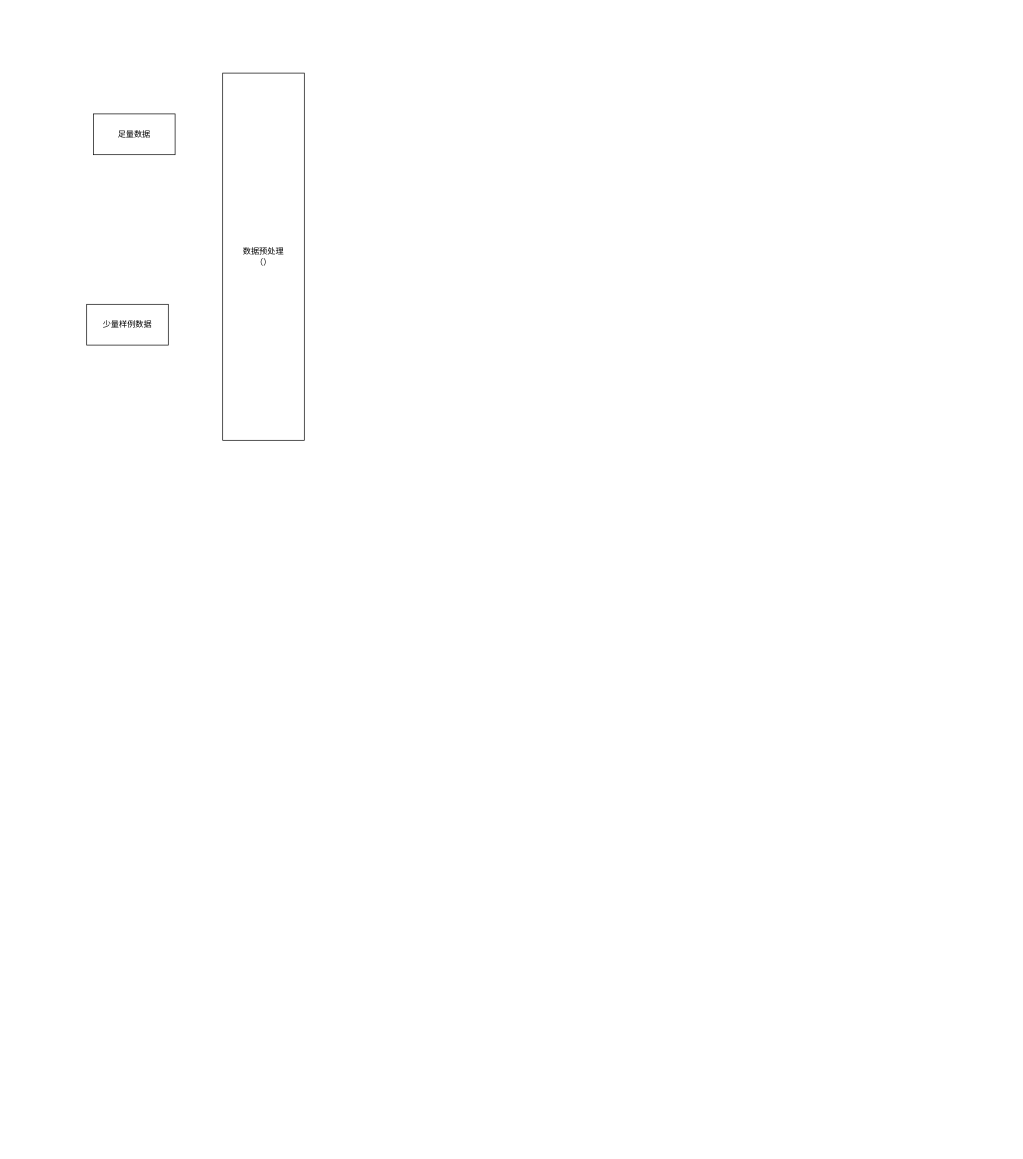
The draw.io diagram page "标注侧" (2 of 6) of social life internal system.drawio in Saiable/drawio, before the edit. Source tidied: cells renumbered, new cells numbered last; positions are measured from the earlier drawing's top-left corner, leaving out a move shared by most shapes. Both pictures are drawn from the tidied source at 68%, with x=0, y=0 at pixel (86, 73).
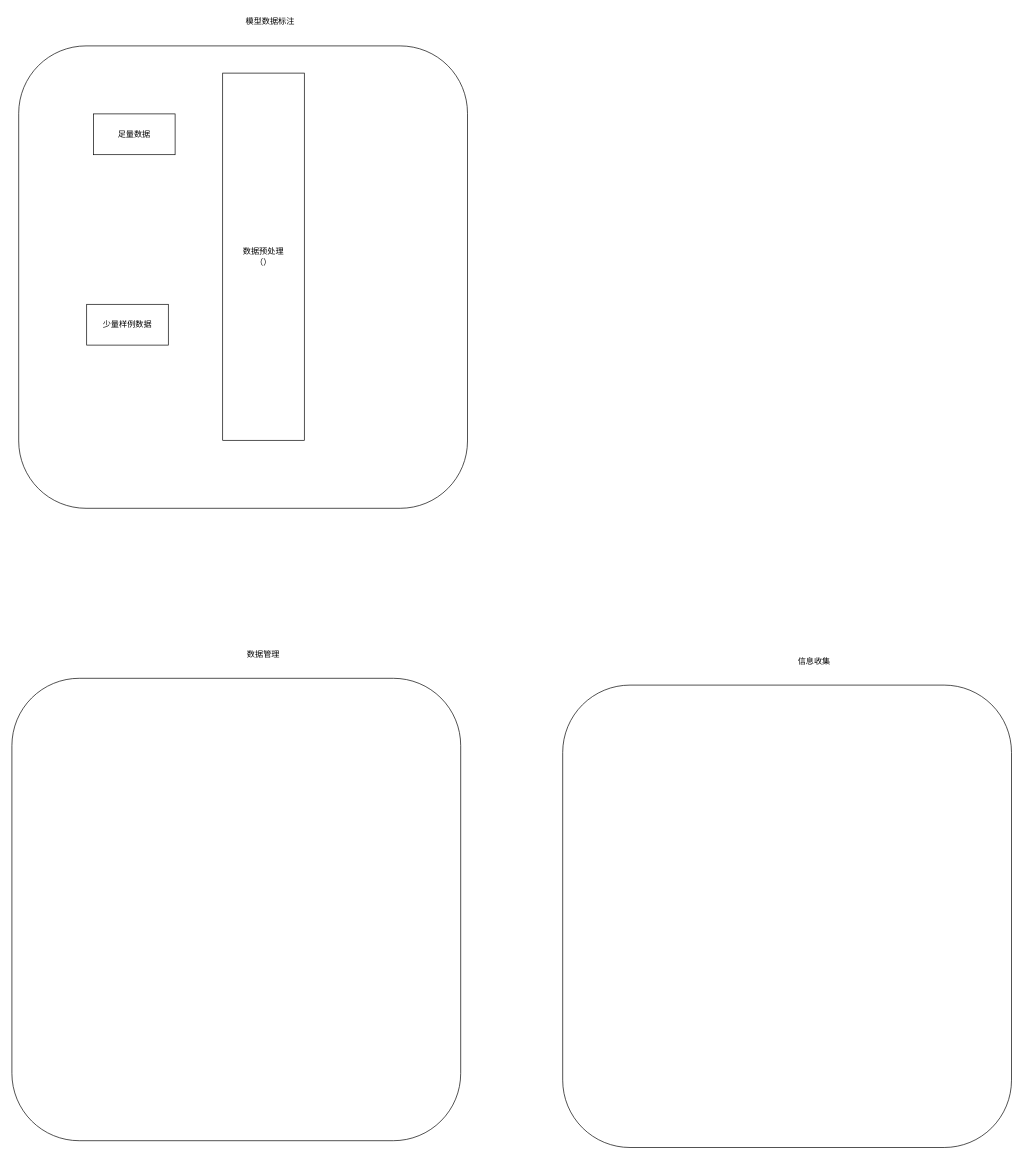
The same page after the edit.

Change to the diagram source:
```diff
@@
 <mxGraphModel>
   <root>
     <mxCell id="0" />
     <mxCell id="1" parent="0" />
     <mxCell id="2" value="足量数据" style="rounded=0;whiteSpace=wrap;html=1;" parent="1" vertex="1">
       <mxGeometry x="10" y="60" width="120" height="60" as="geometry" />
     </mxCell>
     <mxCell id="3" value="少量样例数据" style="rounded=0;whiteSpace=wrap;html=1;" parent="1" vertex="1">
       <mxGeometry y="340" width="120" height="60" as="geometry" />
     </mxCell>
     <mxCell id="4" value="数据预处理&lt;br&gt;（）" style="rounded=0;whiteSpace=wrap;html=1;" parent="1" vertex="1">
       <mxGeometry x="200" width="120" height="540" as="geometry" />
     </mxCell>
+    <mxCell id="5" style="rounded=1;whiteSpace=wrap;html=1;fillColor=none;" parent="1" vertex="1">
+      <mxGeometry x="-100" y="-40" width="660" height="680" as="geometry" />
+    </mxCell>
+    <mxCell id="6" value="模型数据标注" style="text;html=1;strokeColor=none;fillColor=none;align=center;verticalAlign=middle;whiteSpace=wrap;rounded=0;" parent="1" vertex="1">
+      <mxGeometry x="210" y="-90" width="120" height="30" as="geometry" />
+    </mxCell>
+    <mxCell id="7" style="rounded=1;whiteSpace=wrap;html=1;fillColor=none;" parent="1" vertex="1">
+      <mxGeometry x="-110" y="890" width="660" height="680" as="geometry" />
+    </mxCell>
+    <mxCell id="8" value="数据管理" style="text;html=1;strokeColor=none;fillColor=none;align=center;verticalAlign=middle;whiteSpace=wrap;rounded=0;" parent="1" vertex="1">
+      <mxGeometry x="200" y="840" width="120" height="30" as="geometry" />
+    </mxCell>
+    <mxCell id="9" style="rounded=1;whiteSpace=wrap;html=1;fillColor=none;" parent="1" vertex="1">
+      <mxGeometry x="700" y="900" width="660" height="680" as="geometry" />
+    </mxCell>
+    <mxCell id="10" value="信息收集" style="text;html=1;strokeColor=none;fillColor=none;align=center;verticalAlign=middle;whiteSpace=wrap;rounded=0;" parent="1" vertex="1">
+      <mxGeometry x="1010" y="850" width="120" height="30" as="geometry" />
+    </mxCell>
   </root>
 </mxGraphModel>
```
